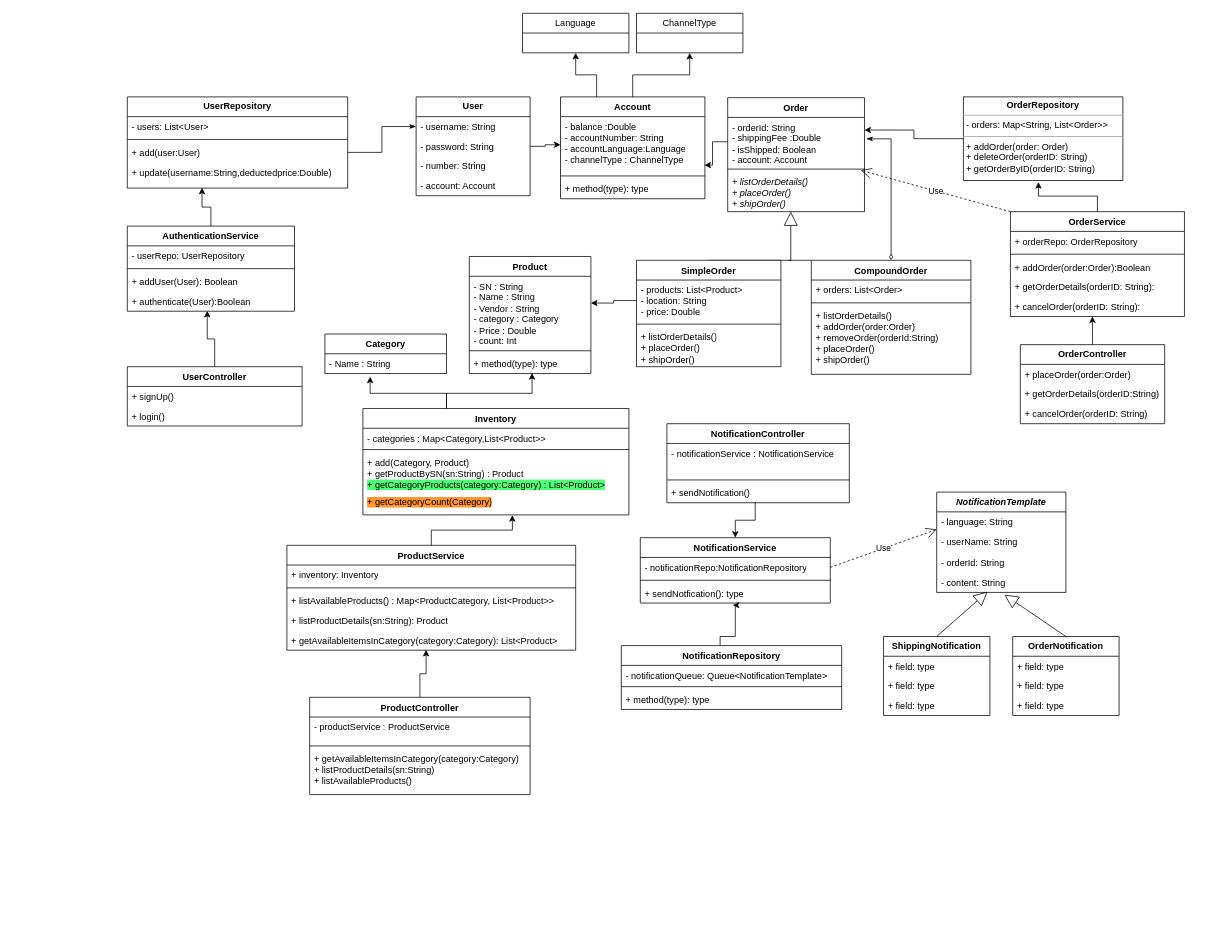
Before: A2SWE (1).drawio in nouribrahem/CartHub, a draw.io diagram. Source tidied: cells renumbered, new cells numbered last; positions are measured from the earlier drawing's top-left corner, leaving out a move shared by most shapes. Both pictures are drawn from the tidied source at 76%, with x=0, y=0 at pixel (127, 13).
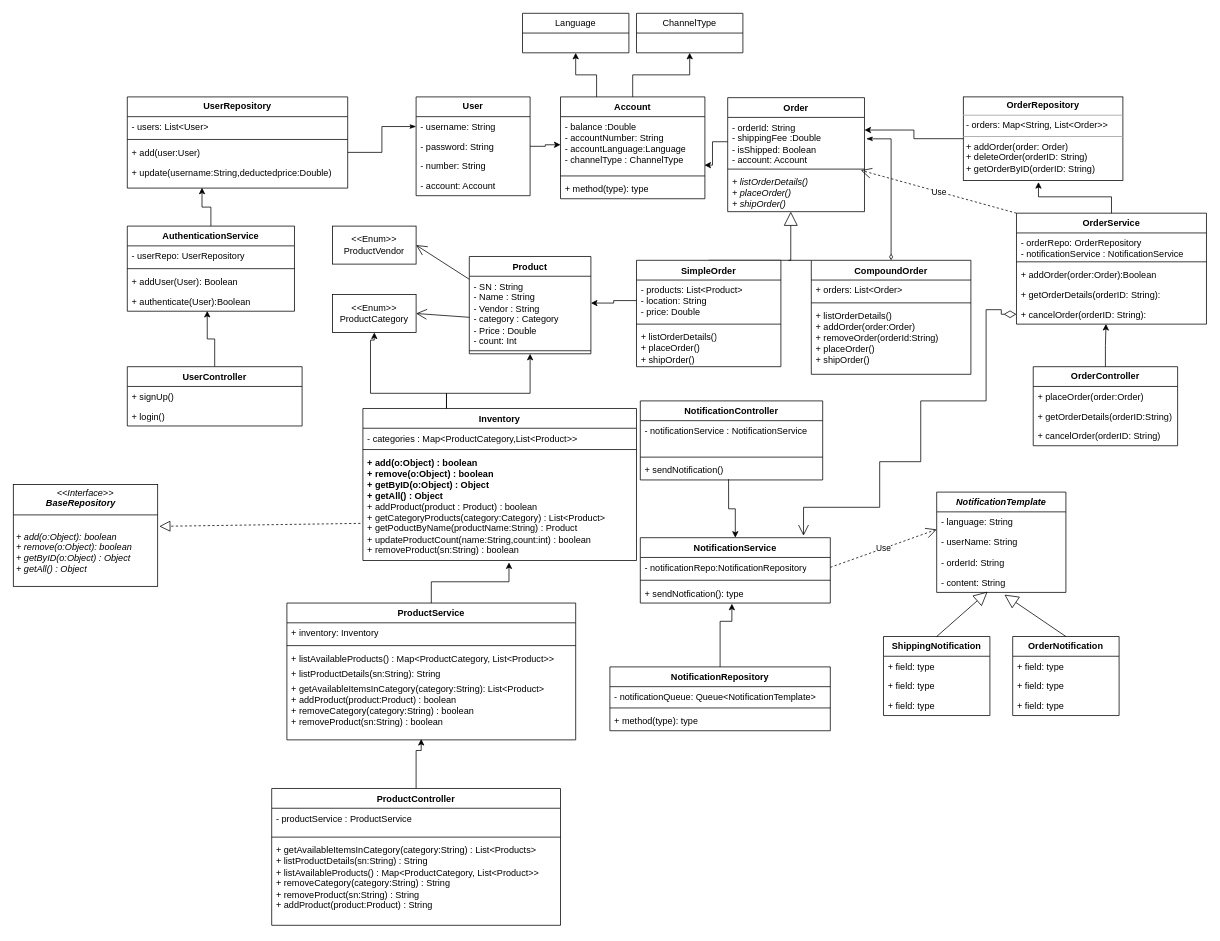
The same page after the edit.

Commit message (it also covers changes not shown here):
Product classes modifications(CD)+ added notification(C,S,R)

The change refers to these unchanged cells:
```xml
<mxCell id="85" value="NotificationService" style="swimlane;fontStyle=1;align=center;verticalAlign=top;horizontal=1;startSize=26;whiteSpace=wrap;html=1;" parent="1" vertex="1">
  <mxGeometry x="675" y="690" width="250" height="86" as="geometry" />
</mxCell>
<mxCell id="88" value="+ sendNotfication(): type" style="text;strokeColor=none;fillColor=none;align=left;verticalAlign=top;spacingLeft=4;spacingRight=4;overflow=hidden;points=[[0,0.5],[1,0.5]];portConstraint=eastwest;whiteSpace=wrap;html=1;" parent="85" vertex="1">
  <mxGeometry y="60" width="250" height="26" as="geometry" />
</mxCell>
```

Change to the diagram source:
```diff
@@
-    <mxCell id="2" style="edgeStyle=orthogonalEdgeStyle;rounded=0;jettySize=auto;html=1;entryX=0.372;entryY=1.154;entryDx=0;entryDy=0;entryPerimeter=0;" parent="1" edge="1" source="3" target="42">
+    <mxCell id="2" style="edgeStyle=orthogonalEdgeStyle;rounded=0;jettySize=auto;html=1;entryX=0.5;entryY=1;entryDx=0;entryDy=0;" parent="1" edge="1" source="3" target="125">
       <mxGeometry relative="1" as="geometry">
         <Array as="points">
           <mxPoint x="420" y="500" />
           <mxPoint x="320" y="500" />
+          <mxPoint x="320" y="430" />
+          <mxPoint x="325" y="430" />
         </Array>
       </mxGeometry>
     </mxCell>
     <mxCell id="3" value="Inventory" style="swimlane;fontStyle=1;align=center;verticalAlign=top;horizontal=1;startSize=26;whiteSpace=wrap;html=1;" parent="1" vertex="1">
-      <mxGeometry x="310" y="520" width="350" height="140" as="geometry" />
+      <mxGeometry x="310" y="520" width="360" height="200" as="geometry" />
     </mxCell>
-    <mxCell id="4" value="- categories : Map&amp;lt;Category,List&amp;lt;Product&amp;gt;&amp;gt;" style="text;strokeColor=none;fillColor=none;align=left;verticalAlign=top;spacingLeft=4;spacingRight=4;overflow=hidden;whiteSpace=wrap;html=1;" parent="3" vertex="1">
-      <mxGeometry y="26" width="350" height="24" as="geometry" />
+    <mxCell id="4" value="- categories : Map&amp;lt;ProductCategory,List&amp;lt;Product&amp;gt;&amp;gt;" style="text;strokeColor=none;fillColor=none;align=left;verticalAlign=top;spacingLeft=4;spacingRight=4;overflow=hidden;whiteSpace=wrap;html=1;" parent="3" vertex="1">
+      <mxGeometry y="26" width="360" height="24" as="geometry" />
     </mxCell>
     <mxCell id="5" style="line;strokeWidth=1;fillColor=none;align=left;verticalAlign=middle;spacingTop=-1;spacingLeft=3;spacingRight=3;labelPosition=right;strokeColor=inherit;" parent="3" vertex="1">
-      <mxGeometry y="50" width="350" height="8" as="geometry" />
+      <mxGeometry y="50" width="360" height="8" as="geometry" />
     </mxCell>
-    <mxCell id="6" value="+ add(Category, Product)&lt;br&gt;+ getProductBySN(sn:String) : Product&lt;br&gt;&lt;span style=&quot;background-color: rgb(77, 255, 118);&quot;&gt;+ getCategoryProducts(category:Category) : List&amp;lt;Product&amp;gt;&lt;/span&gt;" style="text;strokeColor=none;fillColor=none;align=left;verticalAlign=top;spacingLeft=4;spacingRight=4;overflow=hidden;points=[[0,0.5],[1,0.5]];portConstraint=eastwest;whiteSpace=wrap;html=1;" parent="3" vertex="1">
-      <mxGeometry y="58" width="350" height="52" as="geometry" />
+    <mxCell id="6" value="&lt;b&gt;+ add(o:Object) : boolean&lt;br&gt;+ remove(o:Object) : boolean&lt;br&gt;+ getByID(o:Object) : Object&lt;br&gt;+ getAll() : Object&lt;br&gt;&lt;/b&gt;+ addProduct(product : Product) : boolean&lt;br style=&quot;border-color: var(--border-color);&quot;&gt;&lt;span style=&quot;background-color: rgb(255, 255, 255);&quot;&gt;+ getCategoryProducts(category:Category) : List&amp;lt;Product&amp;gt;&lt;br&gt;+ getPoductByName(productName:String) : Product&lt;br&gt;+ updateProductCount(name:String,count:int) : boolean&lt;br&gt;+ removeProduct(sn:String) : boolean&lt;br&gt;&lt;br&gt;&lt;/span&gt;" style="text;strokeColor=none;fillColor=none;align=left;verticalAlign=top;spacingLeft=4;spacingRight=4;overflow=hidden;points=[[0,0.5],[1,0.5]];portConstraint=eastwest;whiteSpace=wrap;html=1;" parent="3" vertex="1">
+      <mxGeometry y="58" width="360" height="142" as="geometry" />
     </mxCell>
-    <mxCell id="7" value="&lt;span style=&quot;background-color: rgb(255, 149, 43);&quot;&gt;+ getCategoryCount(Category)&lt;/span&gt;" style="text;strokeColor=none;fillColor=none;align=left;verticalAlign=top;spacingLeft=4;spacingRight=4;overflow=hidden;points=[[0,0.5],[1,0.5]];portConstraint=eastwest;whiteSpace=wrap;html=1;" parent="3" vertex="1">
-      <mxGeometry y="110" width="350" height="30" as="geometry" />
-    </mxCell>
     <mxCell id="8" value="Product" style="swimlane;fontStyle=1;align=center;verticalAlign=top;horizontal=1;startSize=26;whiteSpace=wrap;html=1;" parent="1" vertex="1">
-      <mxGeometry x="450" y="320" width="160" height="154" as="geometry" />
+      <mxGeometry x="450" y="320" width="160" height="128" as="geometry" />
     </mxCell>
+    <mxCell id="119" style="endArrow=open;endFill=1;endSize=12;html=1;rounded=0;entryX=1;entryY=0.5;entryDx=0;entryDy=0;" parent="8" edge="1" target="126">
+      <mxGeometry relative="1" as="geometry">
+        <mxPoint y="30" as="sourcePoint" />
+      </mxGeometry>
+    </mxCell>
@@
+    <mxCell id="120" style="endArrow=open;endFill=1;endSize=12;html=1;rounded=0;entryX=1;entryY=0.5;entryDx=0;entryDy=0;" parent="8" edge="1" target="125">
+      <mxGeometry relative="1" as="geometry">
+        <mxPoint y="80" as="sourcePoint" />
+      </mxGeometry>
+    </mxCell>
@@
-    <mxCell id="11" value="+ method(type): type" style="text;strokeColor=none;fillColor=none;align=left;verticalAlign=top;spacingLeft=4;spacingRight=4;overflow=hidden;points=[[0,0.5],[1,0.5]];portConstraint=eastwest;whiteSpace=wrap;html=1;" parent="8" vertex="1">
-      <mxGeometry y="128" width="160" height="26" as="geometry" />
-    </mxCell>
@@
-    <mxCell id="41" value="Category" style="swimlane;fontStyle=1;align=center;verticalAlign=top;horizontal=1;startSize=26;whiteSpace=wrap;html=1;" parent="1" vertex="1">
-      <mxGeometry x="260" y="422" width="160" height="52" as="geometry" />
-    </mxCell>
-    <mxCell id="42" value="- Name : String" style="text;strokeColor=none;fillColor=none;align=left;verticalAlign=top;spacingLeft=4;spacingRight=4;overflow=hidden;points=[[0,0.5],[1,0.5]];portConstraint=eastwest;whiteSpace=wrap;html=1;" parent="41" vertex="1">
-      <mxGeometry y="26" width="160" height="26" as="geometry" />
-    </mxCell>
@@
-    <mxCell id="44" style="edgeStyle=orthogonalEdgeStyle;rounded=0;jettySize=auto;html=1;entryX=0.516;entryY=0.977;entryDx=0;entryDy=0;entryPerimeter=0;" parent="1" edge="1" source="3" target="11">
+    <mxCell id="44" style="edgeStyle=orthogonalEdgeStyle;rounded=0;jettySize=auto;html=1;entryX=0.5;entryY=1;entryDx=0;entryDy=0;" parent="1" edge="1" source="3" target="8">
       <mxGeometry relative="1" as="geometry">
         <Array as="points">
           <mxPoint x="420" y="500" />
-          <mxPoint x="533" y="500" />
+          <mxPoint x="530" y="500" />
         </Array>
       </mxGeometry>
     </mxCell>
@@
     <mxCell id="61" value="&lt;b&gt;OrderController&lt;/b&gt;" style="swimlane;fontStyle=0;horizontal=1;startSize=26;fillColor=none;whiteSpace=wrap;html=1;" parent="1" vertex="1">
-      <mxGeometry x="1175" y="436" width="190" height="104" as="geometry" />
+      <mxGeometry x="1192" y="465" width="190" height="104" as="geometry" />
     </mxCell>
@@
     <mxCell id="65" value="OrderService" style="swimlane;fontStyle=1;align=center;verticalAlign=top;horizontal=1;startSize=26;whiteSpace=wrap;html=1;" parent="1" vertex="1">
-      <mxGeometry x="1162" y="261" width="229" height="138" as="geometry" />
+      <mxGeometry x="1170" y="263" width="250" height="146" as="geometry" />
     </mxCell>
-    <mxCell id="66" value="+ orderRepo: OrderRepository" style="text;strokeColor=none;fillColor=none;align=left;verticalAlign=top;spacingLeft=4;spacingRight=4;overflow=hidden;whiteSpace=wrap;html=1;" parent="65" vertex="1">
-      <mxGeometry y="26" width="229" height="26" as="geometry" />
+    <mxCell id="66" value="- orderRepo: OrderRepository&lt;br&gt;- notificationService : NotificationService" style="text;strokeColor=none;fillColor=none;align=left;verticalAlign=top;spacingLeft=4;spacingRight=4;overflow=hidden;whiteSpace=wrap;html=1;" parent="65" vertex="1">
+      <mxGeometry y="26" width="250" height="34" as="geometry" />
     </mxCell>
     <mxCell id="67" style="line;strokeWidth=1;fillColor=none;align=left;verticalAlign=middle;spacingTop=-1;spacingLeft=3;spacingRight=3;labelPosition=right;strokeColor=inherit;" parent="65" vertex="1">
-      <mxGeometry y="52" width="229" height="8" as="geometry" />
+      <mxGeometry y="60" width="250" height="8" as="geometry" />
     </mxCell>
     <mxCell id="68" value="+ addOrder(order:Order):Boolean" style="text;strokeColor=none;fillColor=none;align=left;verticalAlign=top;spacingLeft=4;spacingRight=4;overflow=hidden;whiteSpace=wrap;html=1;" parent="65" vertex="1">
-      <mxGeometry y="60" width="229" height="26" as="geometry" />
+      <mxGeometry y="68" width="250" height="26" as="geometry" />
     </mxCell>
     <mxCell id="69" value="+ getOrderDetails(orderID: String):" style="text;strokeColor=none;fillColor=none;align=left;verticalAlign=top;spacingLeft=4;spacingRight=4;overflow=hidden;whiteSpace=wrap;html=1;" parent="65" vertex="1">
-      <mxGeometry y="86" width="229" height="26" as="geometry" />
+      <mxGeometry y="94" width="250" height="26" as="geometry" />
     </mxCell>
     <mxCell id="70" value="+ cancelOrder(orderID: String):" style="text;strokeColor=none;fillColor=none;align=left;verticalAlign=top;spacingLeft=4;spacingRight=4;overflow=hidden;points=[[0,0.5],[1,0.5]];portConstraint=eastwest;whiteSpace=wrap;html=1;" parent="65" vertex="1">
-      <mxGeometry y="112" width="229" height="26" as="geometry" />
+      <mxGeometry y="120" width="250" height="26" as="geometry" />
     </mxCell>
@@
     <mxCell id="73" value="ProductService" style="swimlane;fontStyle=1;align=center;verticalAlign=top;horizontal=1;startSize=26;whiteSpace=wrap;html=1;" parent="1" vertex="1">
-      <mxGeometry x="210" y="700" width="380" height="138" as="geometry" />
+      <mxGeometry x="210" y="776" width="380" height="180" as="geometry" />
     </mxCell>
@@
     <mxCell id="76" value="+ listAvailableProducts() :&amp;nbsp;Map&amp;lt;ProductCategory, List&amp;lt;Product&amp;gt;&amp;gt;" style="text;strokeColor=none;fillColor=none;align=left;verticalAlign=top;spacingLeft=4;spacingRight=4;overflow=hidden;whiteSpace=wrap;html=1;" parent="73" vertex="1">
-      <mxGeometry y="60" width="380" height="26" as="geometry" />
+      <mxGeometry y="60" width="380" height="20" as="geometry" />
     </mxCell>
-    <mxCell id="77" value="+ listProductDetails(sn:String): Product" style="text;strokeColor=none;fillColor=none;align=left;verticalAlign=top;spacingLeft=4;spacingRight=4;overflow=hidden;whiteSpace=wrap;html=1;" parent="73" vertex="1">
-      <mxGeometry y="86" width="380" height="26" as="geometry" />
+    <mxCell id="77" value="+ listProductDetails(sn:String): String" style="text;strokeColor=none;fillColor=none;align=left;verticalAlign=top;spacingLeft=4;spacingRight=4;overflow=hidden;whiteSpace=wrap;html=1;" parent="73" vertex="1">
+      <mxGeometry y="80" width="380" height="20" as="geometry" />
     </mxCell>
-    <mxCell id="78" value="+&amp;nbsp;getAvailableItemsInCategory&lt;span style=&quot;background-color: initial;&quot;&gt;(category:Category): List&amp;lt;Product&amp;gt;&lt;/span&gt;" style="text;strokeColor=none;fillColor=none;align=left;verticalAlign=top;spacingLeft=4;spacingRight=4;overflow=hidden;points=[[0,0.5],[1,0.5]];portConstraint=eastwest;whiteSpace=wrap;html=1;" parent="73" vertex="1">
-      <mxGeometry y="112" width="380" height="26" as="geometry" />
+    <mxCell id="78" value="+&amp;nbsp;getAvailableItemsInCategory&lt;span style=&quot;background-color: initial;&quot;&gt;(category:String): List&amp;lt;Product&amp;gt;&lt;br&gt;+ addProduct(product:Product) : boolean&lt;br&gt;+ removeCategory(category:String) : boolean&lt;br&gt;+ removeProduct(sn:String) : boolean&lt;br&gt;&lt;/span&gt;" style="text;strokeColor=none;fillColor=none;align=left;verticalAlign=top;spacingLeft=4;spacingRight=4;overflow=hidden;points=[[0,0.5],[1,0.5]];portConstraint=eastwest;whiteSpace=wrap;html=1;" parent="73" vertex="1">
+      <mxGeometry y="100" width="380" height="80" as="geometry" />
     </mxCell>
-    <mxCell id="79" style="edgeStyle=orthogonalEdgeStyle;rounded=0;jettySize=auto;html=1;entryX=0.562;entryY=1.011;entryDx=0;entryDy=0;entryPerimeter=0;exitX=0.5;exitY=0;exitDx=0;exitDy=0;" parent="1" edge="1" source="73" target="7">
-      <mxGeometry relative="1" as="geometry" />
+    <mxCell id="79" style="edgeStyle=orthogonalEdgeStyle;rounded=0;jettySize=auto;html=1;entryX=0.534;entryY=1.018;entryDx=0;entryDy=0;entryPerimeter=0;exitX=0.5;exitY=0;exitDx=0;exitDy=0;" parent="1" edge="1" source="73" target="6">
+      <mxGeometry relative="1" as="geometry">
+        <Array as="points">
+          <mxPoint x="400" y="748" />
+          <mxPoint x="502" y="748" />
+        </Array>
+      </mxGeometry>
     </mxCell>
@@
     <mxCell id="81" value="NotificationController" style="swimlane;fontStyle=1;align=center;verticalAlign=top;horizontal=1;startSize=26;whiteSpace=wrap;html=1;" parent="1" vertex="1">
-      <mxGeometry x="710" y="540" width="240" height="104" as="geometry" />
+      <mxGeometry x="675" y="510" width="240" height="104" as="geometry" />
     </mxCell>
@@
-    <mxCell id="89" style="edgeStyle=orthogonalEdgeStyle;rounded=0;jettySize=auto;html=1;entryX=0.487;entryY=1.109;entryDx=0;entryDy=0;entryPerimeter=0;" parent="1" edge="1" source="90" target="88">
+    <mxCell id="89" style="edgeStyle=orthogonalEdgeStyle;rounded=0;jettySize=auto;html=1;entryX=0.482;entryY=1.034;entryDx=0;entryDy=0;entryPerimeter=0;" parent="1" edge="1" source="90" target="88">
       <mxGeometry relative="1" as="geometry">
         <Array as="points">
-          <mxPoint x="780" y="820" />
-          <mxPoint x="800" y="820" />
-          <mxPoint x="800" y="779" />
+          <mxPoint x="780" y="800" />
+          <mxPoint x="796" y="800" />
         </Array>
       </mxGeometry>
     </mxCell>
     <mxCell id="90" value="NotificationRepository" style="swimlane;fontStyle=1;align=center;verticalAlign=top;horizontal=1;startSize=26;whiteSpace=wrap;html=1;" parent="1" vertex="1">
-      <mxGeometry x="650" y="832" width="290" height="84" as="geometry" />
+      <mxGeometry x="635" y="860" width="290" height="84" as="geometry" />
     </mxCell>
@@
-    <mxCell id="114" style="edgeStyle=orthogonalEdgeStyle;rounded=0;jettySize=auto;html=1;entryX=0.482;entryY=0.985;entryDx=0;entryDy=0;entryPerimeter=0;" parent="1" edge="1" source="115" target="78">
-      <mxGeometry relative="1" as="geometry" />
+    <mxCell id="114" style="edgeStyle=orthogonalEdgeStyle;rounded=0;jettySize=auto;html=1;entryX=0.465;entryY=0.986;entryDx=0;entryDy=0;entryPerimeter=0;" parent="1" edge="1" source="115" target="78">
+      <mxGeometry relative="1" as="geometry">
+        <Array as="points">
+          <mxPoint x="380" y="970" />
+          <mxPoint x="387" y="970" />
+        </Array>
+      </mxGeometry>
     </mxCell>
     <mxCell id="115" value="ProductController" style="swimlane;fontStyle=1;align=center;verticalAlign=top;horizontal=1;startSize=26;whiteSpace=wrap;html=1;" parent="1" vertex="1">
-      <mxGeometry x="240" y="900" width="290" height="128" as="geometry" />
+      <mxGeometry x="190" y="1020" width="380" height="180" as="geometry" />
     </mxCell>
     <mxCell id="116" value="- productService : ProductService" style="text;strokeColor=none;fillColor=none;align=left;verticalAlign=top;spacingLeft=4;spacingRight=4;overflow=hidden;whiteSpace=wrap;html=1;" parent="115" vertex="1">
-      <mxGeometry y="26" width="290" height="34" as="geometry" />
+      <mxGeometry y="26" width="380" height="34" as="geometry" />
     </mxCell>
     <mxCell id="117" style="line;strokeWidth=1;fillColor=none;align=left;verticalAlign=middle;spacingTop=-1;spacingLeft=3;spacingRight=3;labelPosition=right;strokeColor=inherit;" parent="115" vertex="1">
-      <mxGeometry y="60" width="290" height="8" as="geometry" />
+      <mxGeometry y="60" width="380" height="8" as="geometry" />
     </mxCell>
-    <mxCell id="118" value="+ getAvailableItemsInCategory(category:Category)&lt;br style=&quot;border-color: var(--border-color);&quot;&gt;+ listProductDetails(sn:String)&lt;br style=&quot;border-color: var(--border-color);&quot;&gt;+ listAvailableProducts()" style="text;strokeColor=none;fillColor=none;align=left;verticalAlign=top;spacingLeft=4;spacingRight=4;overflow=hidden;whiteSpace=wrap;html=1;" parent="115" vertex="1">
-      <mxGeometry y="68" width="290" height="60" as="geometry" />
+    <mxCell id="118" value="+ getAvailableItemsInCategory(category:String) : List&amp;lt;Products&amp;gt;&lt;br style=&quot;border-color: var(--border-color);&quot;&gt;+ listProductDetails(sn:String) : String&lt;br style=&quot;border-color: var(--border-color);&quot;&gt;+ listAvailableProducts() : Map&amp;lt;ProductCategory, List&amp;lt;Product&amp;gt;&amp;gt;&lt;br&gt;+ removeCategory(category:String) : String&lt;br&gt;+ removeProduct(sn:String) : String&lt;br&gt;+ addProduct(product:Product) : String" style="text;strokeColor=none;fillColor=none;align=left;verticalAlign=top;spacingLeft=4;spacingRight=4;overflow=hidden;whiteSpace=wrap;html=1;" parent="115" vertex="1">
+      <mxGeometry y="68" width="380" height="112" as="geometry" />
     </mxCell>
+    <mxCell id="121" style="endArrow=open;html=1;endSize=12;startArrow=diamondThin;startSize=14;startFill=0;edgeStyle=orthogonalEdgeStyle;align=left;verticalAlign=bottom;rounded=0;entryX=0.859;entryY=-0.03;entryDx=0;entryDy=0;entryPerimeter=0;exitX=0;exitY=0.5;exitDx=0;exitDy=0;" parent="1" edge="1" source="70" target="85">
+      <mxGeometry x="-1" y="3" relative="1" as="geometry">
+        <Array as="points">
+          <mxPoint x="1150" y="396" />
+          <mxPoint x="1150" y="390" />
+          <mxPoint x="1130" y="390" />
+          <mxPoint x="1130" y="510" />
+          <mxPoint x="1044" y="510" />
+          <mxPoint x="1044" y="590" />
+          <mxPoint x="990" y="590" />
+          <mxPoint x="990" y="650" />
+          <mxPoint x="890" y="650" />
+        </Array>
+      </mxGeometry>
+    </mxCell>
+    <mxCell id="122" value="&lt;p style=&quot;margin:0px;margin-top:4px;text-align:center;&quot;&gt;&lt;i&gt;&amp;lt;&amp;lt;Interface&amp;gt;&amp;gt;&lt;/i&gt;&lt;br&gt;&lt;/p&gt;&lt;i style=&quot;border-color: var(--border-color); text-align: center;&quot;&gt;&lt;b style=&quot;border-color: var(--border-color);&quot;&gt;&amp;nbsp; &amp;nbsp; &amp;nbsp; &amp;nbsp; &amp;nbsp; &amp;nbsp; &amp;nbsp;BaseRepository&lt;/b&gt;&lt;/i&gt;&lt;p style=&quot;margin:0px;margin-left:4px;&quot;&gt;&lt;br&gt;&lt;/p&gt;&lt;p style=&quot;margin:0px;margin-left:4px;&quot;&gt;&lt;br&gt;&lt;/p&gt;&lt;p style=&quot;margin:0px;margin-left:4px;&quot;&gt;&lt;/p&gt;&lt;p style=&quot;margin:0px;margin-left:4px;&quot;&gt;&lt;i&gt;+ add(o:Object): boolean&lt;br&gt;+ remove(o:Object): boolean&lt;/i&gt;&lt;/p&gt;&lt;p style=&quot;margin:0px;margin-left:4px;&quot;&gt;&lt;i&gt;+ getByID(o:Object) : Object&lt;/i&gt;&lt;/p&gt;&lt;p style=&quot;margin:0px;margin-left:4px;&quot;&gt;&lt;i&gt;+ getAll() : Object&lt;/i&gt;&lt;/p&gt;" style="verticalAlign=top;align=left;overflow=fill;fontSize=12;fontFamily=Helvetica;html=1;whiteSpace=wrap;" parent="1" vertex="1">
+      <mxGeometry x="-150" y="620" width="190" height="134" as="geometry" />
+    </mxCell>
+    <mxCell id="123" style="line;strokeWidth=1;fillColor=none;align=left;verticalAlign=middle;spacingTop=-1;spacingLeft=3;spacingRight=3;labelPosition=right;strokeColor=inherit;" parent="1" vertex="1">
+      <mxGeometry x="-150" y="656" width="190" height="8" as="geometry" />
+    </mxCell>
+    <mxCell id="124" style="endArrow=block;dashed=1;endFill=0;endSize=12;html=1;rounded=0;exitX=-0.009;exitY=0.656;exitDx=0;exitDy=0;exitPerimeter=0;entryX=1.011;entryY=0.411;entryDx=0;entryDy=0;entryPerimeter=0;" parent="1" edge="1" source="6" target="122">
+      <mxGeometry relative="1" as="geometry" />
+    </mxCell>
+    <mxCell id="125" value="&amp;lt;&amp;lt;Enum&amp;gt;&amp;gt;&lt;br&gt;ProductCategory" style="html=1;whiteSpace=wrap;" parent="1" vertex="1">
+      <mxGeometry x="270" y="370" width="110" height="50" as="geometry" />
+    </mxCell>
+    <mxCell id="126" value="&amp;lt;&amp;lt;Enum&amp;gt;&amp;gt;&lt;br style=&quot;border-color: var(--border-color);&quot;&gt;ProductVendor" style="html=1;whiteSpace=wrap;" parent="1" vertex="1">
+      <mxGeometry x="270" y="280" width="110" height="50" as="geometry" />
+    </mxCell>
```
